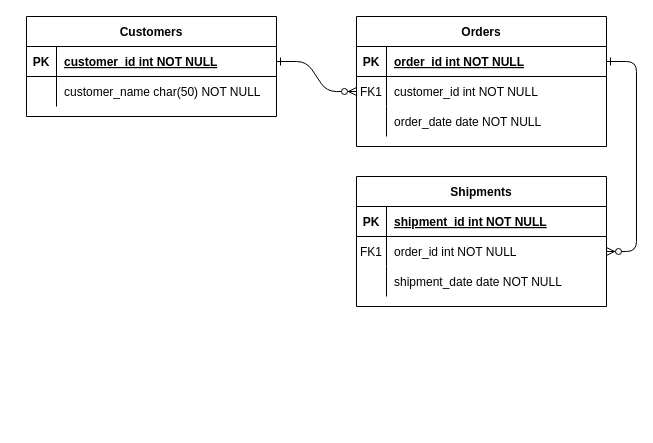
Earlier version of the draw.io diagram Untitled Diagram.drawio (odilon-cloud/live-poll). Source tidied: cells renumbered, new cells numbered last; positions are measured from the earlier drawing's top-left corner, leaving out a move shared by most shapes. Both pictures are drawn from the tidied source at 100%, with x=0, y=0 at pixel (26, 16).
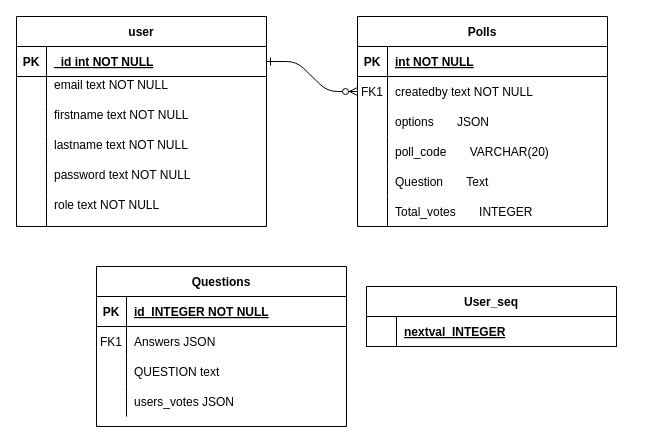
After the change.

The change refers to these unchanged cells:
```xml
<mxCell id="5" style="shape=partialRectangle;fillColor=none;points=[[0,0.5],[1,0.5]];portConstraint=eastwest;top=0;left=0;right=0;bottom=1;" parent="4" vertex="1">
  <mxGeometry y="30" width="250" height="30" as="geometry" />
</mxCell>
<mxCell id="8" style="shape=partialRectangle;fillColor=none;points=[[0,0.5],[1,0.5]];portConstraint=eastwest;top=0;left=0;right=0;bottom=0;" parent="4" vertex="1">
  <mxGeometry y="60" width="250" height="30" as="geometry" />
</mxCell>
<mxCell id="11" style="shape=partialRectangle;fillColor=none;top=0;left=0;right=0;bottom=0;" parent="4" vertex="1">
  <mxGeometry y="90" width="250" height="30" as="geometry" />
</mxCell>
<mxCell id="15" style="shape=partialRectangle;fillColor=none;top=0;left=0;right=0;bottom=1;" parent="14" vertex="1">
  <mxGeometry y="30" width="250" height="30" as="geometry" />
</mxCell>
<mxCell id="18" style="shape=partialRectangle;fillColor=none;points=[[0,0.5],[1,0.5]];portConstraint=eastwest;top=0;left=0;right=0;bottom=0;" parent="14" vertex="1">
  <mxGeometry y="60" width="250" height="30" as="geometry" />
</mxCell>
<mxCell id="21" style="shape=partialRectangle;fillColor=none;top=0;left=0;right=0;bottom=0;" parent="14" vertex="1">
  <mxGeometry y="90" width="250" height="30" as="geometry" />
</mxCell>
<mxCell id="25" style="shape=partialRectangle;fillColor=none;points=[[0,0.5],[1,0.5]];portConstraint=eastwest;top=0;left=0;right=0;bottom=1;" parent="24" vertex="1">
  <mxGeometry y="30" width="250" height="30" as="geometry" />
</mxCell>
<mxCell id="28" style="shape=partialRectangle;fillColor=none;top=0;left=0;right=0;bottom=0;" parent="24" vertex="1">
  <mxGeometry y="60" width="250" height="30" as="geometry" />
</mxCell>
```

What changed in the source:
```diff
@@
-    <mxCell id="3" style="edgeStyle=entityRelationEdgeStyle;endArrow=ERzeroToMany;startArrow=ERone;endFill=1;startFill=0;" parent="1" edge="1" source="5" target="18">
-      <mxGeometry relative="1" as="geometry" />
-    </mxCell>
-    <mxCell id="4" value="Orders" style="shape=table;startSize=30;childLayout=tableLayout;rowLines=0;fontStyle=1;align=center;" parent="1" vertex="1">
-      <mxGeometry x="330" width="250" height="130" as="geometry" />
+    <mxCell id="4" value="Polls" style="shape=table;startSize=30;childLayout=tableLayout;rowLines=0;fontStyle=1;align=center;" parent="1" vertex="1">
+      <mxGeometry x="331" width="250" height="210" as="geometry" />
     </mxCell>
@@
-    <mxCell id="7" value="order_id int NOT NULL " style="shape=partialRectangle;overflow=hidden;fillColor=none;top=0;left=0;bottom=0;right=0;align=left;spacingLeft=6;fontStyle=5;" parent="5" vertex="1">
+    <mxCell id="7" value="int NOT NULL " style="shape=partialRectangle;overflow=hidden;fillColor=none;top=0;left=0;bottom=0;right=0;align=left;spacingLeft=6;fontStyle=5;" parent="5" vertex="1">
       <mxGeometry x="30" width="220" height="30" as="geometry" />
     </mxCell>
@@
-    <mxCell id="10" value="customer_id int NOT NULL" style="shape=partialRectangle;overflow=hidden;fillColor=none;top=0;left=0;bottom=0;right=0;align=left;spacingLeft=6;" parent="8" vertex="1">
+    <mxCell id="10" value="createdby text NOT NULL" style="shape=partialRectangle;overflow=hidden;fillColor=none;top=0;left=0;bottom=0;right=0;align=left;spacingLeft=6;" parent="8" vertex="1">
       <mxGeometry x="30" width="220" height="30" as="geometry" />
     </mxCell>
@@
-    <mxCell id="13" value="order_date date NOT NULL" style="shape=partialRectangle;overflow=hidden;fillColor=none;top=0;left=0;bottom=0;right=0;align=left;spacingLeft=6;" parent="11" vertex="1">
+    <mxCell id="13" value="options       JSON  " style="shape=partialRectangle;overflow=hidden;fillColor=none;top=0;left=0;bottom=0;right=0;align=left;spacingLeft=6;" parent="11" vertex="1">
       <mxGeometry x="30" width="220" height="30" as="geometry" />
     </mxCell>
+    <mxCell id="31" style="shape=partialRectangle;fillColor=none;top=0;left=0;right=0;bottom=0;" parent="4" vertex="1">
+      <mxGeometry y="120" width="250" height="30" as="geometry" />
+    </mxCell>
+    <mxCell id="32" style="shape=partialRectangle;overflow=hidden;fillColor=none;top=0;left=0;bottom=0;right=0;" parent="31" vertex="1">
+      <mxGeometry width="30" height="30" as="geometry" />
+    </mxCell>
+    <mxCell id="33" value="poll_code       VARCHAR(20)  " style="shape=partialRectangle;overflow=hidden;fillColor=none;top=0;left=0;bottom=0;right=0;align=left;spacingLeft=6;" parent="31" vertex="1">
+      <mxGeometry x="30" width="220" height="30" as="geometry" />
+    </mxCell>
+    <mxCell id="34" style="shape=partialRectangle;fillColor=none;top=0;left=0;right=0;bottom=0;" parent="4" vertex="1">
+      <mxGeometry y="150" width="250" height="30" as="geometry" />
+    </mxCell>
+    <mxCell id="35" style="shape=partialRectangle;overflow=hidden;fillColor=none;top=0;left=0;bottom=0;right=0;" parent="34" vertex="1">
+      <mxGeometry width="30" height="30" as="geometry" />
+    </mxCell>
+    <mxCell id="36" value="Question       Text" style="shape=partialRectangle;overflow=hidden;fillColor=none;top=0;left=0;bottom=0;right=0;align=left;spacingLeft=6;" parent="34" vertex="1">
+      <mxGeometry x="30" width="220" height="30" as="geometry" />
+    </mxCell>
+    <mxCell id="37" style="shape=partialRectangle;fillColor=none;top=0;left=0;right=0;bottom=0;" parent="4" vertex="1">
+      <mxGeometry y="180" width="250" height="30" as="geometry" />
+    </mxCell>
+    <mxCell id="38" style="shape=partialRectangle;overflow=hidden;fillColor=none;top=0;left=0;bottom=0;right=0;" parent="37" vertex="1">
+      <mxGeometry width="30" height="30" as="geometry" />
+    </mxCell>
+    <mxCell id="39" value="Total_votes       INTEGER" style="shape=partialRectangle;overflow=hidden;fillColor=none;top=0;left=0;bottom=0;right=0;align=left;spacingLeft=6;" parent="37" vertex="1">
+      <mxGeometry x="30" width="220" height="30" as="geometry" />
+    </mxCell>
-    <mxCell id="14" value="Shipments" style="shape=table;startSize=30;childLayout=tableLayout;rowLines=0;fontStyle=1;align=center;" parent="1" vertex="1">
-      <mxGeometry x="330" y="160" width="250" height="130" as="geometry" />
+    <mxCell id="14" value="Questions" style="shape=table;startSize=30;childLayout=tableLayout;rowLines=0;fontStyle=1;align=center;" parent="1" vertex="1">
+      <mxGeometry x="70" y="250" width="250" height="160" as="geometry" />
     </mxCell>
@@
-    <mxCell id="17" value="shipment_id int NOT NULL " style="shape=partialRectangle;overflow=hidden;fillColor=none;top=0;left=0;bottom=0;right=0;align=left;spacingLeft=6;fontStyle=5;" parent="15" vertex="1">
+    <mxCell id="17" value="id  INTEGER NOT NULL " style="shape=partialRectangle;overflow=hidden;fillColor=none;top=0;left=0;bottom=0;right=0;align=left;spacingLeft=6;fontStyle=5;" parent="15" vertex="1">
       <mxGeometry x="30" width="220" height="30" as="geometry" />
     </mxCell>
@@
-    <mxCell id="20" value="order_id int NOT NULL" style="shape=partialRectangle;overflow=hidden;fillColor=none;top=0;left=0;bottom=0;right=0;align=left;spacingLeft=6;" parent="18" vertex="1">
+    <mxCell id="20" value="Answers JSON " style="shape=partialRectangle;overflow=hidden;fillColor=none;top=0;left=0;bottom=0;right=0;align=left;spacingLeft=6;" parent="18" vertex="1">
       <mxGeometry x="30" width="220" height="30" as="geometry" />
     </mxCell>
@@
-    <mxCell id="23" value="shipment_date date NOT NULL" style="shape=partialRectangle;overflow=hidden;fillColor=none;top=0;left=0;bottom=0;right=0;align=left;spacingLeft=6;" parent="21" vertex="1">
+    <mxCell id="23" value="QUESTION text" style="shape=partialRectangle;overflow=hidden;fillColor=none;top=0;left=0;bottom=0;right=0;align=left;spacingLeft=6;" parent="21" vertex="1">
       <mxGeometry x="30" width="220" height="30" as="geometry" />
     </mxCell>
+    <mxCell id="40" style="shape=partialRectangle;fillColor=none;top=0;left=0;right=0;bottom=0;" parent="14" vertex="1">
+      <mxGeometry y="120" width="250" height="30" as="geometry" />
+    </mxCell>
+    <mxCell id="41" style="shape=partialRectangle;overflow=hidden;fillColor=none;top=0;left=0;bottom=0;right=0;" parent="40" vertex="1">
+      <mxGeometry width="30" height="30" as="geometry" />
+    </mxCell>
+    <mxCell id="42" value="users_votes JSON" style="shape=partialRectangle;overflow=hidden;fillColor=none;top=0;left=0;bottom=0;right=0;align=left;spacingLeft=6;" parent="40" vertex="1">
+      <mxGeometry x="30" width="220" height="30" as="geometry" />
+    </mxCell>
-    <mxCell id="24" value="Customers" style="shape=table;startSize=30;childLayout=tableLayout;rowLines=0;fontStyle=1;align=center;" parent="1" vertex="1">
-      <mxGeometry width="250" height="100" as="geometry" />
+    <mxCell id="24" value="user" style="shape=table;startSize=30;childLayout=tableLayout;rowLines=0;fontStyle=1;align=center;" parent="1" vertex="1">
+      <mxGeometry x="-10" width="250" height="210" as="geometry" />
     </mxCell>
@@
-    <mxCell id="27" value="customer_id int NOT NULL " style="shape=partialRectangle;overflow=hidden;fillColor=none;top=0;left=0;bottom=0;right=0;align=left;spacingLeft=6;fontStyle=5;" parent="25" vertex="1">
+    <mxCell id="27" value="_id int NOT NULL " style="shape=partialRectangle;overflow=hidden;fillColor=none;top=0;left=0;bottom=0;right=0;align=left;spacingLeft=6;fontStyle=5;" parent="25" vertex="1">
       <mxGeometry x="30" width="220" height="30" as="geometry" />
     </mxCell>
@@
-    <mxCell id="30" value="customer_name char(50) NOT NULL" style="shape=partialRectangle;overflow=hidden;fillColor=none;top=0;left=0;bottom=0;right=0;align=left;spacingLeft=6;" parent="28" vertex="1">
+    <mxCell id="30" value="email text NOT NULL&#10;" style="shape=partialRectangle;overflow=hidden;fillColor=none;top=0;left=0;bottom=0;right=0;align=left;spacingLeft=6;" parent="28" vertex="1">
       <mxGeometry x="30" width="220" height="30" as="geometry" />
     </mxCell>
+    <mxCell id="43" style="shape=partialRectangle;fillColor=none;top=0;left=0;right=0;bottom=0;" parent="24" vertex="1">
+      <mxGeometry y="90" width="250" height="30" as="geometry" />
+    </mxCell>
+    <mxCell id="44" style="shape=partialRectangle;overflow=hidden;fillColor=none;top=0;left=0;bottom=0;right=0;" parent="43" vertex="1">
+      <mxGeometry width="30" height="30" as="geometry" />
+    </mxCell>
+    <mxCell id="45" value="firstname text NOT NULL&#10;" style="shape=partialRectangle;overflow=hidden;fillColor=none;top=0;left=0;bottom=0;right=0;align=left;spacingLeft=6;" parent="43" vertex="1">
+      <mxGeometry x="30" width="220" height="30" as="geometry" />
+    </mxCell>
+    <mxCell id="46" style="shape=partialRectangle;fillColor=none;top=0;left=0;right=0;bottom=0;" parent="24" vertex="1">
+      <mxGeometry y="120" width="250" height="30" as="geometry" />
+    </mxCell>
+    <mxCell id="47" style="shape=partialRectangle;overflow=hidden;fillColor=none;top=0;left=0;bottom=0;right=0;" parent="46" vertex="1">
+      <mxGeometry width="30" height="30" as="geometry" />
+    </mxCell>
+    <mxCell id="48" value="lastname text NOT NULL&#10;" style="shape=partialRectangle;overflow=hidden;fillColor=none;top=0;left=0;bottom=0;right=0;align=left;spacingLeft=6;" parent="46" vertex="1">
+      <mxGeometry x="30" width="220" height="30" as="geometry" />
+    </mxCell>
+    <mxCell id="49" style="shape=partialRectangle;fillColor=none;top=0;left=0;right=0;bottom=0;" parent="24" vertex="1">
+      <mxGeometry y="150" width="250" height="30" as="geometry" />
+    </mxCell>
+    <mxCell id="50" style="shape=partialRectangle;overflow=hidden;fillColor=none;top=0;left=0;bottom=0;right=0;" parent="49" vertex="1">
+      <mxGeometry width="30" height="30" as="geometry" />
+    </mxCell>
+    <mxCell id="51" value="password text NOT NULL&#10;" style="shape=partialRectangle;overflow=hidden;fillColor=none;top=0;left=0;bottom=0;right=0;align=left;spacingLeft=6;" parent="49" vertex="1">
+      <mxGeometry x="30" width="220" height="30" as="geometry" />
+    </mxCell>
+    <mxCell id="52" style="shape=partialRectangle;fillColor=none;top=0;left=0;right=0;bottom=0;" parent="24" vertex="1">
+      <mxGeometry y="180" width="250" height="30" as="geometry" />
+    </mxCell>
+    <mxCell id="53" style="shape=partialRectangle;overflow=hidden;fillColor=none;top=0;left=0;bottom=0;right=0;" parent="52" vertex="1">
+      <mxGeometry width="30" height="30" as="geometry" />
+    </mxCell>
+    <mxCell id="54" value="role text NOT NULL&#10;" style="shape=partialRectangle;overflow=hidden;fillColor=none;top=0;left=0;bottom=0;right=0;align=left;spacingLeft=6;" parent="52" vertex="1">
+      <mxGeometry x="30" width="220" height="30" as="geometry" />
+    </mxCell>
+    <mxCell id="55" value="User_seq" style="shape=table;startSize=30;childLayout=tableLayout;rowLines=0;fontStyle=1;align=center;" parent="1" vertex="1">
+      <mxGeometry x="340" y="270" width="250" height="60" as="geometry" />
+    </mxCell>
+    <mxCell id="56" style="shape=partialRectangle;fillColor=none;top=0;left=0;right=0;bottom=1;" parent="55" vertex="1">
+      <mxGeometry y="30" width="250" height="30" as="geometry" />
+    </mxCell>
+    <mxCell id="57" style="shape=partialRectangle;overflow=hidden;fillColor=none;top=0;left=0;bottom=0;right=0;fontStyle=1;" parent="56" vertex="1">
+      <mxGeometry width="30" height="30" as="geometry" />
+    </mxCell>
+    <mxCell id="58" value="nextval  INTEGER" style="shape=partialRectangle;overflow=hidden;fillColor=none;top=0;left=0;bottom=0;right=0;align=left;spacingLeft=6;fontStyle=5;" parent="56" vertex="1">
+      <mxGeometry x="30" width="220" height="30" as="geometry" />
+    </mxCell>
```
